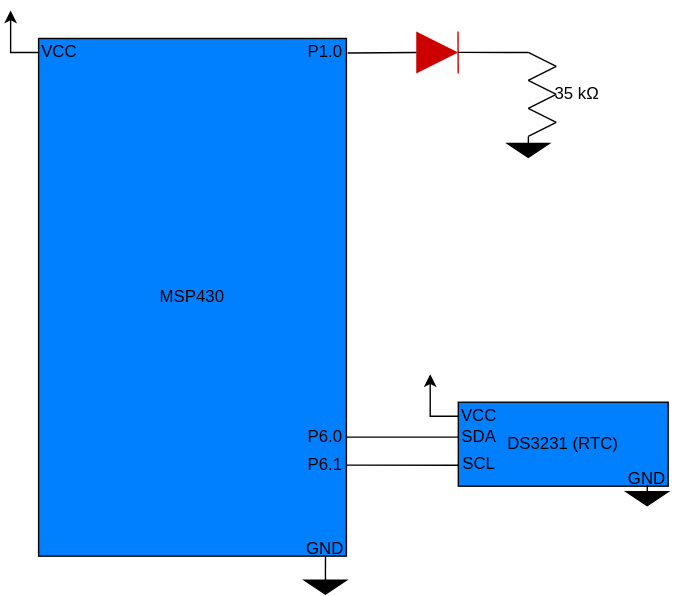
Above: docs/assets/proj2-circuit-diagram.drawio.svg in msu-eele-465/project2-aaron-beau (draw.io), before the change. Source tidied: cells renumbered, new cells last; positions are measured from the earlier drawing's top-left corner, leaving out a move shared by most shapes.
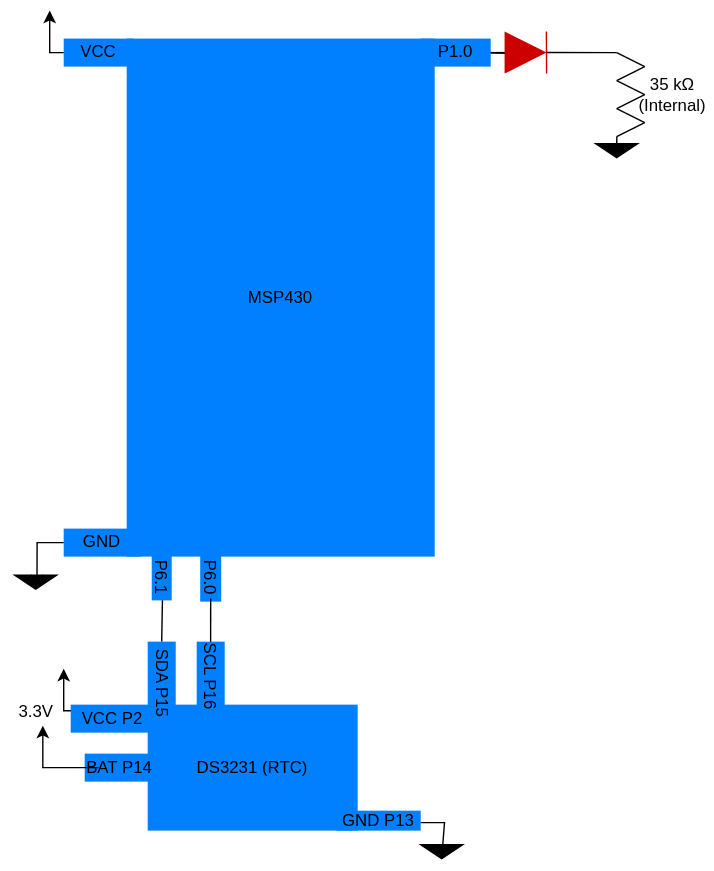
After the change.

What changed in the source:
```diff
@@ -2,32 +2,34 @@
   <root>
     <mxCell id="0" />
     <mxCell id="1" parent="0" />
-    <mxCell id="2" value="MSP430" style="rounded=0;whiteSpace=wrap;html=1;fillColor=light-dark(#007FFF,#007FFF);" parent="1" vertex="1">
+    <mxCell id="2" value="MSP430" style="rounded=0;whiteSpace=wrap;html=1;fillColor=light-dark(#007FFF,#007FFF);strokeColor=none;" parent="1" vertex="1">
       <mxGeometry x="20" y="20" width="220" height="370" as="geometry" />
     </mxCell>
-    <mxCell id="3" value="DS3231 (RTC)" style="rounded=0;whiteSpace=wrap;html=1;fillColor=light-dark(#007FFF,#007FFF);" parent="1" vertex="1">
-      <mxGeometry x="320" y="280" width="150" height="60" as="geometry" />
+    <mxCell id="3" value="DS3231 (RTC)" style="rounded=0;whiteSpace=wrap;html=1;fillColor=light-dark(#007FFF,#007FFF);strokeColor=none;" parent="1" vertex="1">
+      <mxGeometry x="35" y="495.7" width="150" height="90" as="geometry" />
     </mxCell>
-    <mxCell id="4" value="GND" style="text;html=1;align=center;verticalAlign=middle;whiteSpace=wrap;rounded=0;" parent="1" vertex="1">
-      <mxGeometry x="430" y="320" width="50" height="30" as="geometry" />
+    <mxCell id="4" value="GND P13" style="text;html=1;align=center;verticalAlign=middle;whiteSpace=wrap;rounded=0;fillColor=#007FFF;" parent="1" vertex="1">
+      <mxGeometry x="170" y="571.5" width="60" height="14.3" as="geometry" />
     </mxCell>
-    <mxCell id="5" value="P6.0" style="text;html=1;align=center;verticalAlign=middle;whiteSpace=wrap;rounded=0;" parent="1" vertex="1">
-      <mxGeometry x="195" y="290" width="60" height="30" as="geometry" />
+    <mxCell id="5" value="P6.0" style="text;html=1;align=center;verticalAlign=middle;whiteSpace=wrap;rounded=0;rotation=90;fillColor=#007FFF;" parent="1" vertex="1">
+      <mxGeometry x="62.5" y="397.1" width="35" height="15" as="geometry" />
     </mxCell>
-    <mxCell id="6" value="GND" style="text;html=1;align=center;verticalAlign=middle;whiteSpace=wrap;rounded=0;" parent="1" vertex="1">
-      <mxGeometry x="195" y="370" width="60" height="30" as="geometry" />
+    <mxCell id="6" value="GND" style="text;html=1;align=center;verticalAlign=middle;whiteSpace=wrap;rounded=0;fillColor=#007FFF;" parent="1" vertex="1">
+      <mxGeometry x="-25" y="370" width="55" height="20" as="geometry" />
     </mxCell>
-    <mxCell id="7" value="P6.1" style="text;html=1;align=center;verticalAlign=middle;whiteSpace=wrap;rounded=0;" parent="1" vertex="1">
-      <mxGeometry x="195" y="310" width="60" height="30" as="geometry" />
+    <mxCell id="7" value="P6.1" style="text;html=1;align=center;verticalAlign=middle;whiteSpace=wrap;rounded=0;rotation=90;fillColor=#007FFF;" parent="1" vertex="1">
+      <mxGeometry x="28.8" y="397.9" width="32.5" height="14.3" as="geometry" />
     </mxCell>
+    <mxCell id="34" style="edgeStyle=orthogonalEdgeStyle;rounded=0;jettySize=auto;html=1;" parent="1" edge="1" target="11">
+      <mxGeometry relative="1" as="geometry">
+        <mxPoint x="270" y="30" as="sourcePoint" />
+      </mxGeometry>
+    </mxCell>
-    <mxCell id="8" value="P1.0" style="text;html=1;align=center;verticalAlign=middle;whiteSpace=wrap;rounded=0;" parent="1" vertex="1">
-      <mxGeometry x="200" y="20" width="50" height="20" as="geometry" />
+    <mxCell id="8" value="P1.0" style="text;html=1;align=center;verticalAlign=middle;whiteSpace=wrap;rounded=0;fillColor=#007FFF;" parent="1" vertex="1">
+      <mxGeometry x="230" y="20" width="50" height="20" as="geometry" />
     </mxCell>
-    <mxCell id="9" value="VCC" style="text;html=1;align=center;verticalAlign=middle;whiteSpace=wrap;rounded=0;" parent="1" vertex="1">
-      <mxGeometry x="310" y="280" width="50" height="20" as="geometry" />
-    </mxCell>
-    <mxCell id="10" value="VCC" style="text;html=1;align=center;verticalAlign=middle;whiteSpace=wrap;rounded=0;" parent="1" vertex="1">
-      <mxGeometry x="10" y="20" width="50" height="20" as="geometry" />
+    <mxCell id="10" value="VCC" style="text;html=1;align=center;verticalAlign=middle;whiteSpace=wrap;rounded=0;fillColor=#007FFF;" parent="1" vertex="1">
+      <mxGeometry x="-25" y="20" width="50" height="20" as="geometry" />
     </mxCell>
     <mxCell id="11" style="triangle;whiteSpace=wrap;html=1;fillColor=light-dark(#CC0000,#CC0000);strokeColor=none;fontColor=#ffffff;" parent="1" vertex="1">
       <mxGeometry x="289.9" y="15" width="30" height="30" as="geometry" />
@@ -38,117 +40,140 @@
         <mxPoint x="319.8" y="15" as="targetPoint" />
       </mxGeometry>
     </mxCell>
-    <mxCell id="13" style="endArrow=none;html=1;rounded=0;strokeColor=light-dark(#000000,#CC0000);" parent="1" edge="1">
+    <mxCell id="13" style="endArrow=none;html=1;rounded=0;strokeColor=light-dark(#000000,#000000);" parent="1" edge="1">
       <mxGeometry relative="1" as="geometry">
         <mxPoint x="370" y="50" as="sourcePoint" />
         <mxPoint x="390" y="40" as="targetPoint" />
       </mxGeometry>
     </mxCell>
-    <mxCell id="14" style="endArrow=none;html=1;rounded=0;strokeColor=light-dark(#000000,#CC0000);" parent="1" edge="1">
+    <mxCell id="14" style="endArrow=none;html=1;rounded=0;strokeColor=light-dark(#000000,#000000);" parent="1" edge="1">
       <mxGeometry relative="1" as="geometry">
         <mxPoint x="370" y="50" as="sourcePoint" />
         <mxPoint x="390" y="60" as="targetPoint" />
       </mxGeometry>
     </mxCell>
-    <mxCell id="15" style="endArrow=none;html=1;rounded=0;strokeColor=light-dark(#000000,#CC0000);" parent="1" edge="1">
+    <mxCell id="15" style="endArrow=none;html=1;rounded=0;strokeColor=light-dark(#000000,#000000);" parent="1" edge="1">
       <mxGeometry relative="1" as="geometry">
         <mxPoint x="370" y="70" as="sourcePoint" />
         <mxPoint x="390" y="80" as="targetPoint" />
       </mxGeometry>
     </mxCell>
-    <mxCell id="16" style="endArrow=none;html=1;rounded=0;strokeColor=light-dark(#000000,#CC0000);" parent="1" edge="1">
+    <mxCell id="16" style="endArrow=none;html=1;rounded=0;strokeColor=light-dark(#000000,#000000);" parent="1" edge="1">
       <mxGeometry relative="1" as="geometry">
         <mxPoint x="370" y="70" as="sourcePoint" />
         <mxPoint x="390" y="60" as="targetPoint" />
       </mxGeometry>
     </mxCell>
-    <mxCell id="17" style="endArrow=none;html=1;rounded=0;strokeColor=light-dark(#000000,#CC0000);" parent="1" edge="1">
+    <mxCell id="17" style="endArrow=none;html=1;rounded=0;strokeColor=light-dark(#000000,#000000);" parent="1" edge="1">
       <mxGeometry relative="1" as="geometry">
         <mxPoint x="370" y="30" as="sourcePoint" />
         <mxPoint x="390" y="40" as="targetPoint" />
       </mxGeometry>
     </mxCell>
-    <mxCell id="18" style="endArrow=none;html=1;rounded=0;strokeColor=light-dark(#000000,#CC0000);" parent="1" edge="1">
+    <mxCell id="18" style="endArrow=none;html=1;rounded=0;strokeColor=light-dark(#000000,#000000);" parent="1" edge="1">
       <mxGeometry relative="1" as="geometry">
         <mxPoint x="370" y="90" as="sourcePoint" />
         <mxPoint x="390" y="80" as="targetPoint" />
       </mxGeometry>
     </mxCell>
-    <mxCell id="19" style="endArrow=none;html=1;rounded=0;exitX=1.004;exitY=0.028;exitDx=0;exitDy=0;exitPerimeter=0;strokeColor=light-dark(#000000,#CC0000);" parent="1" edge="1" source="2">
+    <mxCell id="19" style="endArrow=none;html=1;rounded=0;strokeColor=light-dark(#000000,#000000);" parent="1" edge="1">
       <mxGeometry relative="1" as="geometry">
+        <mxPoint x="280" y="30" as="sourcePoint" />
         <mxPoint x="290" y="30" as="targetPoint" />
       </mxGeometry>
     </mxCell>
-    <mxCell id="20" style="endArrow=none;html=1;rounded=0;exitX=1.004;exitY=0.028;exitDx=0;exitDy=0;exitPerimeter=0;strokeColor=light-dark(#000000,#CC0000);" parent="1" edge="1">
+    <mxCell id="20" style="endArrow=none;html=1;rounded=0;exitX=1.004;exitY=0.028;exitDx=0;exitDy=0;exitPerimeter=0;strokeColor=light-dark(#000000,#000000);" parent="1" edge="1">
       <mxGeometry relative="1" as="geometry">
         <mxPoint x="319.9" y="29.9" as="sourcePoint" />
         <mxPoint x="370" y="30" as="targetPoint" />
       </mxGeometry>
     </mxCell>
-    <mxCell id="21" style="endArrow=none;html=1;rounded=0;exitX=1.004;exitY=0.028;exitDx=0;exitDy=0;exitPerimeter=0;" parent="1" edge="1">
+    <mxCell id="21" style="endArrow=none;html=1;rounded=0;exitX=1.004;exitY=0.028;exitDx=0;exitDy=0;exitPerimeter=0;strokeColor=#000000;" parent="1" edge="1">
       <mxGeometry relative="1" as="geometry">
         <mxPoint x="370" y="100" as="sourcePoint" />
         <mxPoint x="370.1" y="90" as="targetPoint" />
       </mxGeometry>
     </mxCell>
-    <mxCell id="22" style="triangle;whiteSpace=wrap;html=1;rotation=90;fillStyle=solid;fillColor=#000000;gradientColor=none;" parent="1" vertex="1">
+    <mxCell id="22" style="triangle;whiteSpace=wrap;html=1;rotation=90;fillStyle=solid;fillColor=#000000;gradientColor=none;strokeColor=#000000;" parent="1" vertex="1">
       <mxGeometry x="365" y="85" width="10" height="30" as="geometry" />
     </mxCell>
-    <mxCell id="23" value="SDA" style="text;html=1;align=center;verticalAlign=middle;whiteSpace=wrap;rounded=0;" parent="1" vertex="1">
-      <mxGeometry x="310" y="295" width="50" height="20" as="geometry" />
-    </mxCell>
-    <mxCell id="24" style="endArrow=none;html=1;rounded=0;entryX=0;entryY=0.416;entryDx=0;entryDy=0;entryPerimeter=0;" parent="1" edge="1" target="3">
+    <mxCell id="24" style="endArrow=none;html=1;rounded=0;strokeColor=#000000;exitX=0.116;exitY=1.001;exitDx=0;exitDy=0;exitPerimeter=0;entryX=0;entryY=0.5;entryDx=0;entryDy=0;" parent="1" edge="1" target="23">
       <mxGeometry relative="1" as="geometry">
-        <mxPoint x="240" y="304.9" as="sourcePoint" />
+        <mxPoint x="45.5" y="421.1" as="sourcePoint" />
       </mxGeometry>
     </mxCell>
-    <mxCell id="25" style="endArrow=none;html=1;rounded=0;entryX=0;entryY=0.416;entryDx=0;entryDy=0;entryPerimeter=0;" parent="1" edge="1">
+    <mxCell id="25" style="endArrow=none;html=1;rounded=0;entryX=0.273;entryY=0.998;entryDx=0;entryDy=0;entryPerimeter=0;strokeColor=#000000;exitX=0;exitY=0.5;exitDx=0;exitDy=0;" parent="1" edge="1">
       <mxGeometry relative="1" as="geometry">
-        <mxPoint x="239.9" y="325" as="sourcePoint" />
-        <mxPoint x="319.9" y="325" as="targetPoint" />
+        <mxPoint x="79.9" y="460.7" as="sourcePoint" />
+        <mxPoint x="80" y="420" as="targetPoint" />
       </mxGeometry>
     </mxCell>
-    <mxCell id="26" value="SCL" style="text;html=1;align=center;verticalAlign=middle;whiteSpace=wrap;rounded=0;" parent="1" vertex="1">
-      <mxGeometry x="310" y="314" width="50" height="20" as="geometry" />
+    <mxCell id="26" value="SCL P16" style="text;html=1;align=center;verticalAlign=middle;whiteSpace=wrap;rounded=0;rotation=90;labelBackgroundColor=none;fillColor=#007FFF;" parent="1" vertex="1">
+      <mxGeometry x="55" y="465.7" width="50" height="20" as="geometry" />
     </mxCell>
-    <mxCell id="27" style="endArrow=none;html=1;rounded=0;exitX=1.004;exitY=0.028;exitDx=0;exitDy=0;exitPerimeter=0;" parent="1" edge="1">
-      <mxGeometry relative="1" as="geometry">
-        <mxPoint x="455" y="349" as="sourcePoint" />
-        <mxPoint x="455.1" y="339" as="targetPoint" />
-      </mxGeometry>
-    </mxCell>
-    <mxCell id="28" style="triangle;whiteSpace=wrap;html=1;rotation=90;fillStyle=solid;fillColor=#000000;gradientColor=none;" parent="1" vertex="1">
-      <mxGeometry x="450" y="334" width="10" height="30" as="geometry" />
+    <mxCell id="28" style="triangle;whiteSpace=wrap;html=1;rotation=90;fillStyle=solid;fillColor=#000000;gradientColor=none;strokeColor=#000000;" parent="1" vertex="1">
+      <mxGeometry x="240" y="585.7" width="10" height="30" as="geometry" />
     </mxCell>
-    <mxCell id="29" style="endArrow=none;html=1;rounded=0;exitX=1.004;exitY=0.028;exitDx=0;exitDy=0;exitPerimeter=0;entryX=0.501;entryY=1.095;entryDx=0;entryDy=0;entryPerimeter=0;" parent="1" edge="1">
-      <mxGeometry relative="1" as="geometry">
-        <mxPoint x="225" y="412.1" as="sourcePoint" />
-        <mxPoint x="225.1" y="390" as="targetPoint" />
-      </mxGeometry>
-    </mxCell>
-    <mxCell id="30" style="triangle;whiteSpace=wrap;html=1;rotation=90;fillStyle=solid;fillColor=#000000;gradientColor=none;" parent="1" vertex="1">
-      <mxGeometry x="220" y="397.1" width="10" height="30" as="geometry" />
+    <mxCell id="30" style="triangle;whiteSpace=wrap;html=1;rotation=90;fillStyle=solid;fillColor=#000000;gradientColor=none;strokeColor=#000000;" parent="1" vertex="1">
+      <mxGeometry x="-50" y="393.2" width="10" height="30" as="geometry" />
     </mxCell>
-    <mxCell id="31" style="endArrow=classic;html=1;rounded=0;" parent="1" edge="1">
+    <mxCell id="31" style="endArrow=classic;html=1;rounded=0;strokeColor=#000000;exitX=0;exitY=0.5;exitDx=0;exitDy=0;" parent="1" edge="1" source="10">
       <mxGeometry relative="1" as="geometry">
-        <mxPoint x="20" y="30" as="sourcePoint" />
-        <mxPoint as="targetPoint" />
+        <mxPoint x="-35" as="targetPoint" />
         <Array as="points">
-          <mxPoint y="30" />
+          <mxPoint x="-35" y="30" />
         </Array>
       </mxGeometry>
     </mxCell>
-    <mxCell id="32" style="endArrow=classic;html=1;rounded=0;" parent="1" edge="1">
+    <mxCell id="32" style="endArrow=classic;html=1;rounded=0;strokeColor=#000000;" parent="1" edge="1">
       <mxGeometry relative="1" as="geometry">
-        <mxPoint x="319.9" y="290" as="sourcePoint" />
-        <mxPoint x="299.9" y="260" as="targetPoint" />
+        <mxPoint x="-5" y="500.1" as="sourcePoint" />
+        <mxPoint x="-25" y="470.1" as="targetPoint" />
         <Array as="points">
-          <mxPoint x="299.9" y="290" />
+          <mxPoint x="-25" y="500.1" />
         </Array>
       </mxGeometry>
     </mxCell>
-    <mxCell id="33" value="35 kΩ" style="text;html=1;align=center;verticalAlign=middle;whiteSpace=wrap;rounded=0;" parent="1" vertex="1">
-      <mxGeometry x="375" y="45" width="60" height="30" as="geometry" />
+    <mxCell id="33" value="35 kΩ&lt;div&gt;(Internal)&lt;/div&gt;" style="text;html=1;align=center;verticalAlign=middle;whiteSpace=wrap;rounded=0;fontColor=light-dark(#000000,#000000);" parent="1" vertex="1">
+      <mxGeometry x="380" y="45" width="60" height="30" as="geometry" />
     </mxCell>
+    <mxCell id="35" value="BAT P14" style="text;html=1;align=center;verticalAlign=middle;whiteSpace=wrap;rounded=0;fillColor=#007FFF;" parent="1" vertex="1">
+      <mxGeometry x="-10" y="530.7" width="50" height="20" as="geometry" />
+    </mxCell>
+    <mxCell id="36" style="endArrow=classic;html=1;rounded=0;strokeColor=#000000;" parent="1" edge="1">
+      <mxGeometry relative="1" as="geometry">
+        <mxPoint y="540.7" as="sourcePoint" />
+        <mxPoint x="-39.9" y="510.7" as="targetPoint" />
+        <Array as="points">
+          <mxPoint x="-39.9" y="540.7" />
+          <mxPoint x="-39.9" y="520.7" />
+        </Array>
+      </mxGeometry>
+    </mxCell>
+    <mxCell id="37" value="3.3V" style="text;html=1;align=center;verticalAlign=middle;strokeColor=none;fillColor=none;" parent="1" vertex="1">
+      <mxGeometry x="-70" y="485.7" width="50" height="30" as="geometry" />
+    </mxCell>
+    <mxCell id="38" style="endArrow=classic;html=1;rounded=0;entryX=0.868;entryY=0.469;entryDx=0;entryDy=0;entryPerimeter=0;" parent="1" edge="1" target="30">
+      <mxGeometry relative="1" as="geometry">
+        <mxPoint x="-25" y="380" as="sourcePoint" />
+        <Array as="points">
+          <mxPoint x="-44" y="380" />
+        </Array>
+      </mxGeometry>
+    </mxCell>
+    <mxCell id="39" style="endArrow=classic;html=1;rounded=0;entryX=1;entryY=0.5;entryDx=0;entryDy=0;" parent="1" edge="1" target="28">
+      <mxGeometry relative="1" as="geometry">
+        <mxPoint x="230" y="580" as="sourcePoint" />
+        <Array as="points">
+          <mxPoint x="247" y="580" />
+        </Array>
+      </mxGeometry>
+    </mxCell>
+    <mxCell id="9" value="VCC P2" style="text;html=1;align=center;verticalAlign=middle;whiteSpace=wrap;rounded=0;fillColor=#007FFF;" parent="1" vertex="1">
+      <mxGeometry x="-20" y="495.7" width="60" height="20" as="geometry" />
+    </mxCell>
+    <mxCell id="23" value="SDA P15" style="text;html=1;align=center;verticalAlign=middle;whiteSpace=wrap;rounded=0;rotation=90;labelBackgroundColor=none;fillColor=#007FFF;" parent="1" vertex="1">
+      <mxGeometry x="15.6" y="470.1" width="58.8" height="20" as="geometry" />
+    </mxCell>
   </root>
 </mxGraphModel>
```
